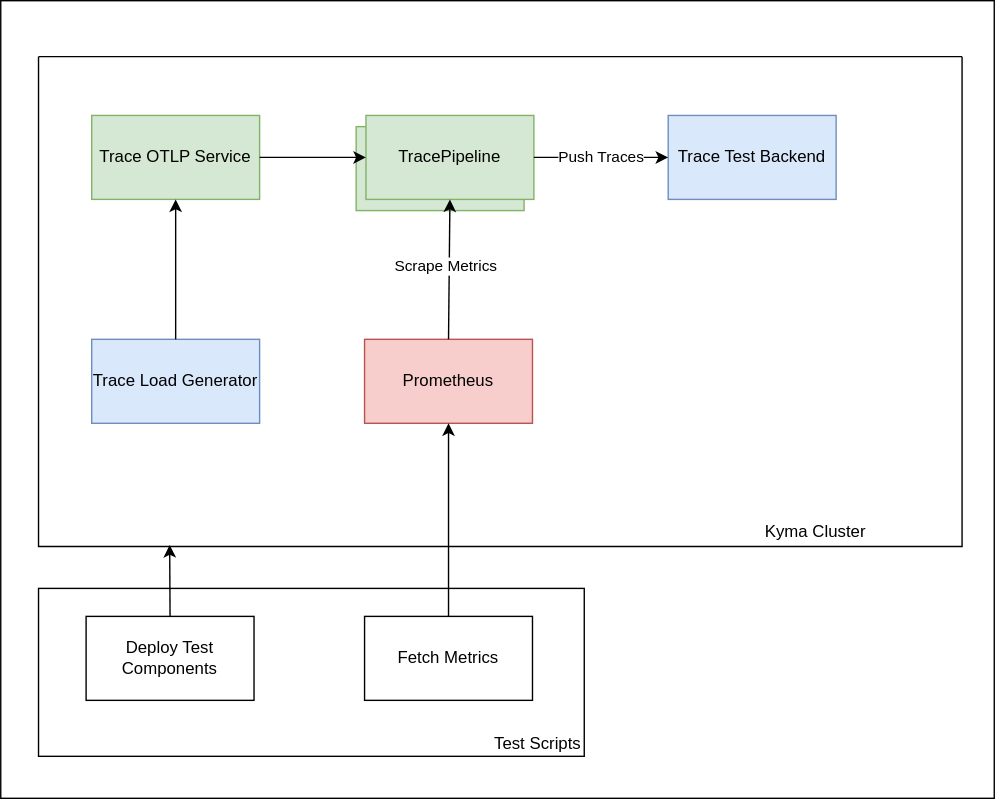
Earlier version of the draw.io export docs/contributor/benchmarks/assets/trace_perf_test_setup.drawio.svg (kyma-project/telemetry-manager). Source tidied: cells renumbered, new cells last; positions are measured from the earlier drawing's top-left corner, leaving out a move shared by most shapes.
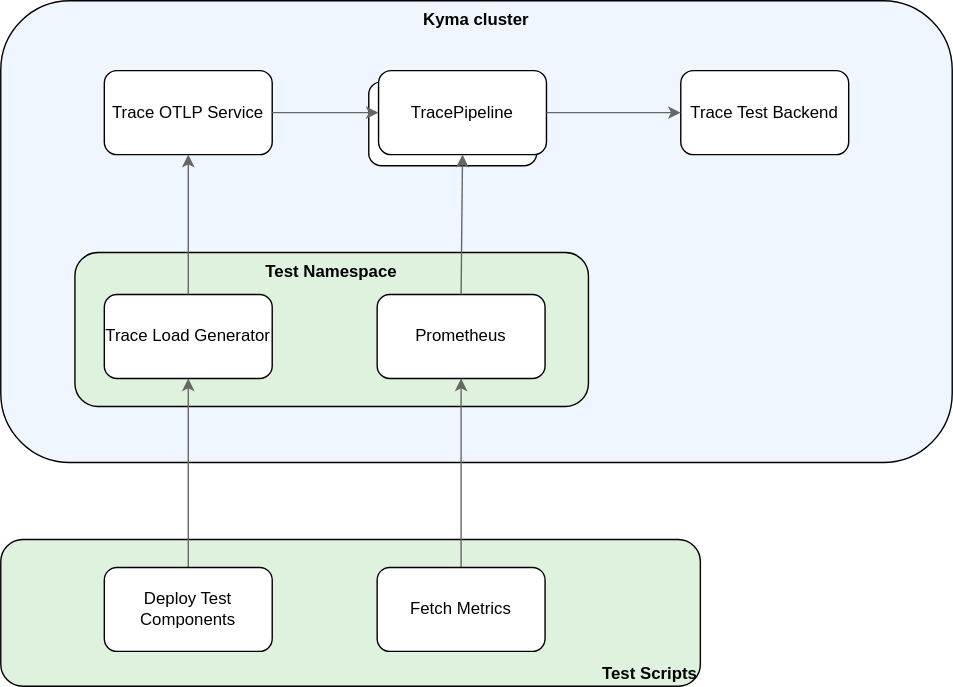
Above is the later version.

Diff of the diagram source:
```diff
@@ -1,63 +1,57 @@
-<mxGraphModel>
+<mxGraphModel background="#ffffff">
   <root>
     <mxCell id="0" />
     <mxCell id="1" parent="0" />
-    <mxCell id="2" style="whiteSpace=wrap;html=1;" parent="1" vertex="1">
-      <mxGeometry width="710" height="570" as="geometry" />
-    </mxCell>
-    <mxCell id="3" style="swimlane;startSize=0;" parent="1" vertex="1">
-      <mxGeometry x="27" y="40" width="660" height="350" as="geometry" />
-    </mxCell>
+    <mxCell id="21" value="Kyma cluster" style="rounded=1;whiteSpace=wrap;html=1;verticalAlign=top;fontStyle=1;fillColor=#F0F6FF;" parent="1" vertex="1">
+      <mxGeometry x="28" y="-110" width="680" height="330" as="geometry" />
+    </mxCell>
+    <mxCell id="16" value="Test Scripts" style="rounded=1;whiteSpace=wrap;html=1;verticalAlign=bottom;align=right;fontStyle=1;fillColor=#DEF2DD;" parent="1" vertex="1">
+      <mxGeometry x="28" y="275.1" width="500" height="105" as="geometry" />
+    </mxCell>
+    <mxCell id="22" value="Test Namespace" style="rounded=1;whiteSpace=wrap;html=1;fontStyle=1;verticalAlign=top;fillColor=#DEF2DD;" parent="1" vertex="1">
+      <mxGeometry x="81" y="70" width="367" height="110" as="geometry" />
+    </mxCell>
+    <mxCell id="23" style="edgeStyle=orthogonalEdgeStyle;rounded=1;jettySize=auto;html=1;exitX=0.5;exitY=0;exitDx=0;exitDy=0;entryX=0.5;entryY=1;entryDx=0;entryDy=0;strokeColor=#666666;curved=0;" parent="1" edge="1" source="17" target="8">
+      <mxGeometry relative="1" as="geometry" />
+    </mxCell>
+    <mxCell id="17" value="Deploy Test Components" style="rounded=1;whiteSpace=wrap;html=1;" parent="1" vertex="1">
+      <mxGeometry x="102" y="295.1" width="120" height="60" as="geometry" />
+    </mxCell>
+    <mxCell id="19" style="edgeStyle=orthogonalEdgeStyle;rounded=1;jettySize=auto;html=1;exitX=0.5;exitY=0;exitDx=0;exitDy=0;entryX=0.5;entryY=1;entryDx=0;entryDy=0;curved=0;strokeColor=#666666;" parent="1" edge="1" source="18" target="11">
+      <mxGeometry relative="1" as="geometry" />
+    </mxCell>
+    <mxCell id="18" value="Fetch Metrics" style="rounded=1;whiteSpace=wrap;html=1;" parent="1" vertex="1">
+      <mxGeometry x="297" y="295.1" width="120" height="60" as="geometry" />
+    </mxCell>
-    <mxCell id="4" value="Trace Test Backend" style="rounded=0;whiteSpace=wrap;html=1;fillColor=#dae8fc;strokeColor=#6c8ebf;" parent="3" vertex="1">
-      <mxGeometry x="450" y="42" width="120" height="60" as="geometry" />
+    <mxCell id="4" value="Trace Test Backend" style="rounded=1;whiteSpace=wrap;html=1;" parent="1" vertex="1">
+      <mxGeometry x="514" y="-60" width="120" height="60" as="geometry" />
     </mxCell>
-    <mxCell id="5" style="rounded=0;whiteSpace=wrap;html=1;fillColor=#d5e8d4;strokeColor=#82b366;" parent="3" vertex="1">
-      <mxGeometry x="227" y="50" width="120" height="60" as="geometry" />
+    <mxCell id="5" style="rounded=1;whiteSpace=wrap;html=1;" parent="1" vertex="1">
+      <mxGeometry x="291" y="-52" width="120" height="60" as="geometry" />
     </mxCell>
-    <mxCell id="6" value="TracePipeline" style="rounded=0;whiteSpace=wrap;html=1;fillColor=#d5e8d4;strokeColor=#82b366;" parent="3" vertex="1">
-      <mxGeometry x="234" y="42" width="120" height="60" as="geometry" />
+    <mxCell id="6" value="TracePipeline" style="rounded=1;whiteSpace=wrap;html=1;" parent="1" vertex="1">
+      <mxGeometry x="298" y="-60" width="120" height="60" as="geometry" />
     </mxCell>
-    <mxCell id="7" value="Push Traces" style="endArrow=classic;html=1;rounded=0;exitX=1;exitY=0.5;exitDx=0;exitDy=0;entryX=0;entryY=0.5;entryDx=0;entryDy=0;" parent="3" edge="1" source="6" target="4">
+    <mxCell id="7" style="endArrow=classic;html=1;rounded=1;exitX=1;exitY=0.5;exitDx=0;exitDy=0;entryX=0;entryY=0.5;entryDx=0;entryDy=0;curved=0;strokeColor=#666666;" parent="1" edge="1" source="6" target="4">
       <mxGeometry relative="1" as="geometry" />
     </mxCell>
-    <mxCell id="8" value="Trace Load Generator" style="rounded=0;whiteSpace=wrap;html=1;fillColor=#dae8fc;strokeColor=#6c8ebf;" parent="3" vertex="1">
-      <mxGeometry x="38" y="202" width="120" height="60" as="geometry" />
+    <mxCell id="8" value="Trace Load Generator" style="rounded=1;whiteSpace=wrap;html=1;" parent="1" vertex="1">
+      <mxGeometry x="102" y="100" width="120" height="60" as="geometry" />
     </mxCell>
-    <mxCell id="9" value="Trace OTLP Service" style="rounded=0;whiteSpace=wrap;html=1;fillColor=#d5e8d4;strokeColor=#82b366;" parent="3" vertex="1">
-      <mxGeometry x="38" y="42" width="120" height="60" as="geometry" />
+    <mxCell id="9" value="Trace OTLP Service" style="rounded=1;whiteSpace=wrap;html=1;" parent="1" vertex="1">
+      <mxGeometry x="102" y="-60" width="120" height="60" as="geometry" />
     </mxCell>
-    <mxCell id="10" style="endArrow=classic;html=1;rounded=0;exitX=1;exitY=0.5;exitDx=0;exitDy=0;entryX=0;entryY=0.5;entryDx=0;entryDy=0;" parent="3" edge="1" source="9" target="6">
+    <mxCell id="10" style="endArrow=classic;html=1;rounded=1;exitX=1;exitY=0.5;exitDx=0;exitDy=0;entryX=0;entryY=0.5;entryDx=0;entryDy=0;curved=0;strokeColor=#666666;" parent="1" edge="1" source="9" target="6">
       <mxGeometry relative="1" as="geometry" />
     </mxCell>
-    <mxCell id="11" value="Prometheus" style="rounded=0;whiteSpace=wrap;html=1;fillColor=#f8cecc;strokeColor=#b85450;" parent="3" vertex="1">
-      <mxGeometry x="233" y="202" width="120" height="60" as="geometry" />
+    <mxCell id="11" value="Prometheus" style="rounded=1;whiteSpace=wrap;html=1;" parent="1" vertex="1">
+      <mxGeometry x="297" y="100" width="120" height="60" as="geometry" />
     </mxCell>
-    <mxCell id="12" style="endArrow=classic;html=1;rounded=0;exitX=0.5;exitY=0;exitDx=0;exitDy=0;entryX=0.5;entryY=1;entryDx=0;entryDy=0;" parent="3" edge="1" source="11" target="6">
+    <mxCell id="12" style="endArrow=classic;html=1;rounded=1;exitX=0.5;exitY=0;exitDx=0;exitDy=0;entryX=0.5;entryY=1;entryDx=0;entryDy=0;curved=0;strokeColor=#666666;" parent="1" edge="1" source="11" target="6">
       <mxGeometry relative="1" as="geometry" />
     </mxCell>
-    <mxCell id="13" value="Scrape Metrics" style="edgeLabel;html=1;align=center;verticalAlign=middle;" parent="12" vertex="1">
-      <mxGeometry x="0.04" y="3" relative="1" as="geometry" />
-    </mxCell>
-    <mxCell id="14" value="Kyma Cluster" style="text;html=1;align=center;verticalAlign=middle;strokeColor=none;fillColor=none;" parent="3" vertex="1">
-      <mxGeometry x="510" y="330" width="90" height="20" as="geometry" />
-    </mxCell>
-    <mxCell id="15" style="endArrow=classic;html=1;rounded=0;exitX=0.5;exitY=0;exitDx=0;exitDy=0;entryX=0.5;entryY=1;entryDx=0;entryDy=0;" parent="3" edge="1" source="8" target="9">
+    <mxCell id="15" style="endArrow=classic;html=1;rounded=1;exitX=0.5;exitY=0;exitDx=0;exitDy=0;entryX=0.5;entryY=1;entryDx=0;entryDy=0;strokeColor=#666666;curved=0;" parent="1" edge="1" source="8" target="9">
       <mxGeometry relative="1" as="geometry" />
     </mxCell>
-    <mxCell id="16" value="Test Scripts" style="rounded=0;whiteSpace=wrap;html=1;verticalAlign=bottom;align=right;" parent="1" vertex="1">
-      <mxGeometry x="27" y="420" width="390" height="120" as="geometry" />
-    </mxCell>
-    <mxCell id="17" value="Deploy Test Components" style="rounded=0;whiteSpace=wrap;html=1;" parent="1" vertex="1">
-      <mxGeometry x="61" y="440" width="120" height="60" as="geometry" />
-    </mxCell>
-    <mxCell id="18" value="Fetch Metrics" style="rounded=0;whiteSpace=wrap;html=1;" parent="1" vertex="1">
-      <mxGeometry x="260" y="440" width="120" height="60" as="geometry" />
-    </mxCell>
-    <mxCell id="19" style="endArrow=classic;html=1;rounded=0;entryX=0.5;entryY=1;entryDx=0;entryDy=0;exitX=0.5;exitY=0;exitDx=0;exitDy=0;" parent="1" edge="1" source="18" target="11">
-      <mxGeometry relative="1" as="geometry" />
-    </mxCell>
-    <mxCell id="20" style="endArrow=classic;html=1;rounded=0;exitX=0.5;exitY=0;exitDx=0;exitDy=0;entryX=0.142;entryY=0.997;entryDx=0;entryDy=0;entryPerimeter=0;" parent="1" edge="1" source="17" target="3">
-      <mxGeometry relative="1" as="geometry" />
-    </mxCell>
   </root>
 </mxGraphModel>
```
